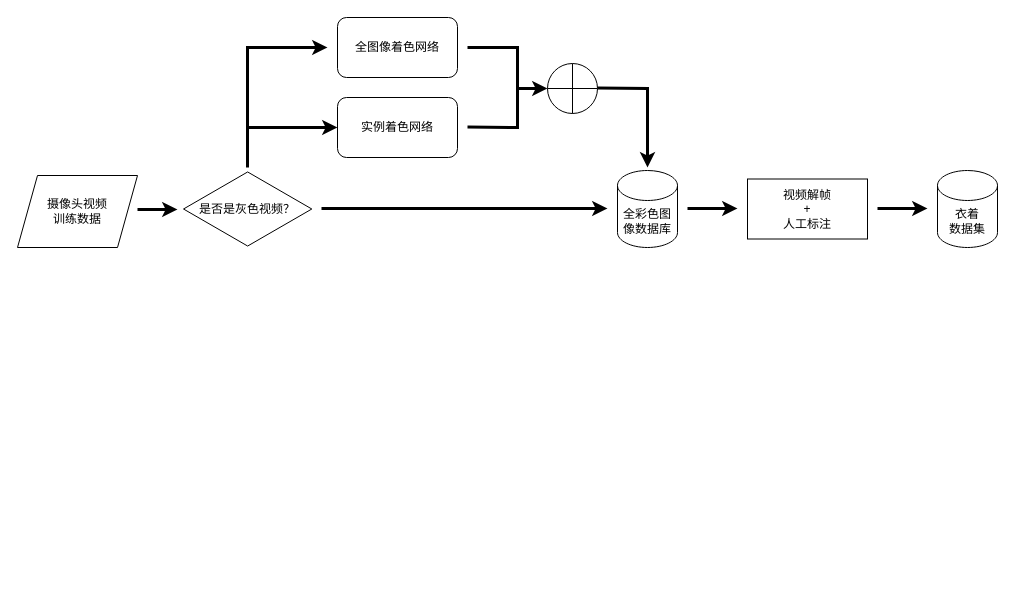
The draw.io diagram Untitled Diagram.drawio in Zhiying-Li-dot/Capsules, before the edit. Source tidied: cells renumbered, new cells numbered last; positions are measured from the earlier drawing's top-left corner, leaving out a move shared by most shapes. Both pictures are drawn from the tidied source at 100%, with x=0, y=0 at pixel (17, 17).
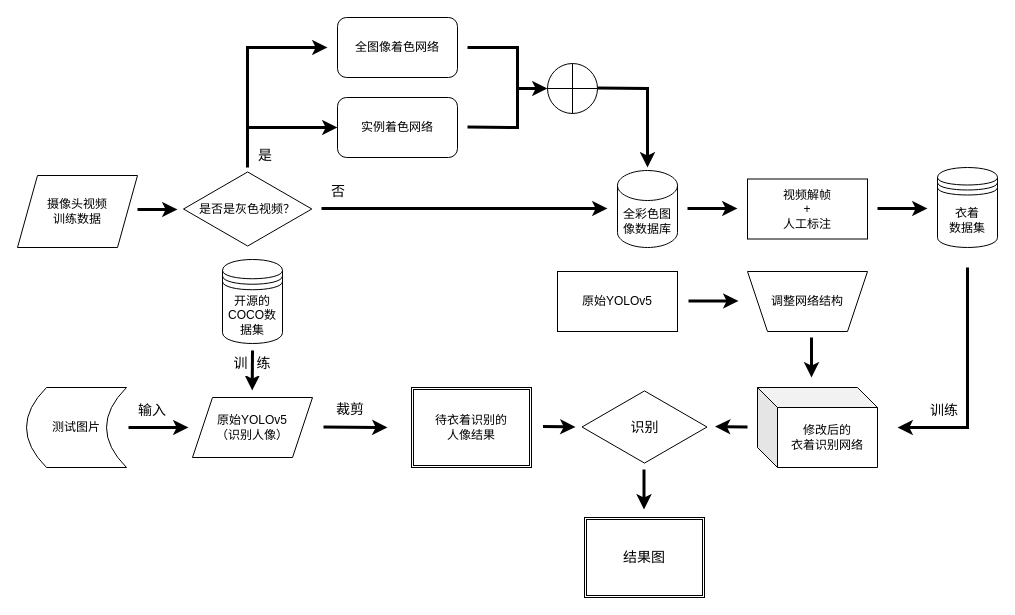
The same diagram, later.

Diff of the diagram source:
```diff
@@
+    <mxCell id="19" style="endArrow=classic;html=1;rounded=0;strokeWidth=3;" parent="1" edge="1">
+      <mxGeometry relative="1" as="geometry">
+        <mxPoint x="950" y="250" as="sourcePoint" />
+        <mxPoint x="880" y="410" as="targetPoint" />
+        <Array as="points">
+          <mxPoint x="950" y="410" />
+        </Array>
+      </mxGeometry>
+    </mxCell>
+    <mxCell id="20" value="原始YOLOv5" style="rounded=0;whiteSpace=wrap;html=1;" parent="1" vertex="1">
+      <mxGeometry x="540" y="254" width="120" height="60" as="geometry" />
+    </mxCell>
+    <mxCell id="21" value="修改后的&lt;br&gt;衣着识别网络" style="shape=cube;whiteSpace=wrap;html=1;boundedLbl=1;backgroundOutline=1;darkOpacity=0.05;darkOpacity2=0.1;" parent="1" vertex="1">
+      <mxGeometry x="740" y="370" width="120" height="80" as="geometry" />
+    </mxCell>
+    <mxCell id="22" value="调整网络结构" style="shape=trapezoid;perimeter=trapezoidPerimeter;whiteSpace=wrap;html=1;fixedSize=1;direction=west;" parent="1" vertex="1">
+      <mxGeometry x="730" y="254" width="120" height="60" as="geometry" />
+    </mxCell>
+    <mxCell id="23" style="endArrow=classic;html=1;rounded=0;strokeWidth=3;" parent="1" edge="1">
+      <mxGeometry relative="1" as="geometry">
+        <mxPoint x="671" y="283.5" as="sourcePoint" />
+        <mxPoint x="721" y="283.5" as="targetPoint" />
+      </mxGeometry>
+    </mxCell>
+    <mxCell id="24" style="endArrow=classic;html=1;rounded=0;strokeWidth=3;" parent="1" edge="1">
+      <mxGeometry relative="1" as="geometry">
+        <mxPoint x="794" y="320" as="sourcePoint" />
+        <mxPoint x="794" y="360" as="targetPoint" />
+      </mxGeometry>
+    </mxCell>
+    <mxCell id="25" value="测试图片" style="shape=dataStorage;whiteSpace=wrap;html=1;fixedSize=1;" parent="1" vertex="1">
+      <mxGeometry x="9" y="370" width="100" height="80" as="geometry" />
+    </mxCell>
+    <mxCell id="26" value="原始YOLOv5&lt;br&gt;（识别人像）" style="shape=parallelogram;perimeter=parallelogramPerimeter;whiteSpace=wrap;html=1;fixedSize=1;" parent="1" vertex="1">
+      <mxGeometry x="175" y="380" width="120" height="60" as="geometry" />
+    </mxCell>
-    <mxCell id="18" value="衣着&lt;br&gt;数据集" style="shape=cylinder3;whiteSpace=wrap;html=1;boundedLbl=1;backgroundOutline=1;size=15;" parent="1" vertex="1">
-      <mxGeometry x="920" y="153" width="60" height="77" as="geometry" />
+    <mxCell id="18" value="衣着&lt;br&gt;数据集" style="shape=datastore;whiteSpace=wrap;html=1;" parent="1" vertex="1">
+      <mxGeometry x="920" y="150" width="60" height="80" as="geometry" />
     </mxCell>
+    <mxCell id="27" value="开源的COCO数据集" style="shape=datastore;whiteSpace=wrap;html=1;" parent="1" vertex="1">
+      <mxGeometry x="205" y="242" width="60" height="84" as="geometry" />
+    </mxCell>
+    <mxCell id="28" style="endArrow=classic;html=1;rounded=0;strokeWidth=3;" parent="1" edge="1">
+      <mxGeometry relative="1" as="geometry">
+        <mxPoint x="235" y="333" as="sourcePoint" />
+        <mxPoint x="234.7" y="373" as="targetPoint" />
+      </mxGeometry>
+    </mxCell>
+    <mxCell id="29" style="endArrow=classic;html=1;rounded=0;strokeWidth=3;" parent="1" edge="1">
+      <mxGeometry relative="1" as="geometry">
+        <mxPoint x="111" y="410" as="sourcePoint" />
+        <mxPoint x="171" y="410" as="targetPoint" />
+      </mxGeometry>
+    </mxCell>
+    <mxCell id="30" value="待衣着识别的&lt;br&gt;人像结果" style="shape=ext;double=1;rounded=0;whiteSpace=wrap;html=1;" parent="1" vertex="1">
+      <mxGeometry x="394" y="370" width="120" height="80" as="geometry" />
+    </mxCell>
+    <mxCell id="31" value="&lt;font style=&quot;font-size: 14px&quot;&gt;是&lt;/font&gt;" style="rounded=0;whiteSpace=wrap;html=1;strokeColor=#FFFFFF;" parent="1" vertex="1">
+      <mxGeometry x="233" y="123" width="30" height="30" as="geometry" />
+    </mxCell>
+    <mxCell id="32" value="&lt;font style=&quot;font-size: 14px&quot;&gt;否&lt;/font&gt;" style="rounded=0;whiteSpace=wrap;html=1;strokeColor=#FFFFFF;" parent="1" vertex="1">
+      <mxGeometry x="306" y="159" width="30" height="30" as="geometry" />
+    </mxCell>
+    <mxCell id="33" value="&lt;font style=&quot;font-size: 14px&quot;&gt;训练&lt;/font&gt;" style="rounded=0;whiteSpace=wrap;html=1;strokeColor=#FFFFFF;" parent="1" vertex="1">
+      <mxGeometry x="907" y="378" width="40" height="30" as="geometry" />
+    </mxCell>
+    <mxCell id="34" style="endArrow=classic;html=1;rounded=0;strokeWidth=3;" parent="1" edge="1">
+      <mxGeometry relative="1" as="geometry">
+        <mxPoint x="306" y="409.5" as="sourcePoint" />
+        <mxPoint x="370" y="410" as="targetPoint" />
+      </mxGeometry>
+    </mxCell>
+    <mxCell id="35" value="&lt;font style=&quot;font-size: 14px&quot;&gt;输入&lt;/font&gt;" style="rounded=0;whiteSpace=wrap;html=1;strokeColor=#FFFFFF;" parent="1" vertex="1">
+      <mxGeometry x="115" y="378" width="40" height="30" as="geometry" />
+    </mxCell>
+    <mxCell id="36" value="&lt;span style=&quot;font-size: 14px&quot;&gt;裁剪&lt;/span&gt;" style="rounded=0;whiteSpace=wrap;html=1;strokeColor=#FFFFFF;" parent="1" vertex="1">
+      <mxGeometry x="313" y="377" width="40" height="30" as="geometry" />
+    </mxCell>
+    <mxCell id="37" value="&lt;span style=&quot;font-size: 14px&quot;&gt;训&lt;/span&gt;" style="rounded=0;whiteSpace=wrap;html=1;strokeColor=#FFFFFF;" parent="1" vertex="1">
+      <mxGeometry x="215" y="334" width="17" height="24" as="geometry" />
+    </mxCell>
+    <mxCell id="38" value="&lt;span style=&quot;font-size: 14px&quot;&gt;练&lt;/span&gt;" style="rounded=0;whiteSpace=wrap;html=1;strokeColor=#FFFFFF;" parent="1" vertex="1">
+      <mxGeometry x="238" y="334" width="17" height="24" as="geometry" />
+    </mxCell>
+    <mxCell id="39" value="识别" style="html=1;whiteSpace=wrap;shape=isoRectangle;fontSize=14;strokeColor=#000000;" parent="1" vertex="1">
+      <mxGeometry x="564.5" y="372" width="125" height="75" as="geometry" />
+    </mxCell>
+    <mxCell id="40" style="endArrow=classic;html=1;rounded=0;strokeWidth=3;" parent="1" edge="1">
+      <mxGeometry relative="1" as="geometry">
+        <mxPoint x="525.5" y="409" as="sourcePoint" />
+        <mxPoint x="558" y="409.5" as="targetPoint" />
+      </mxGeometry>
+    </mxCell>
+    <mxCell id="41" style="endArrow=none;html=1;rounded=0;strokeWidth=3;endFill=0;startArrow=classic;startFill=1;" parent="1" edge="1">
+      <mxGeometry relative="1" as="geometry">
+        <mxPoint x="697.5" y="409" as="sourcePoint" />
+        <mxPoint x="730" y="409.5" as="targetPoint" />
+      </mxGeometry>
+    </mxCell>
+    <mxCell id="42" value="结果图" style="shape=ext;double=1;rounded=0;whiteSpace=wrap;html=1;fontSize=14;strokeColor=#000000;" parent="1" vertex="1">
+      <mxGeometry x="567" y="500" width="120" height="80" as="geometry" />
+    </mxCell>
+    <mxCell id="43" style="endArrow=classic;html=1;rounded=0;strokeWidth=3;" parent="1" edge="1">
+      <mxGeometry relative="1" as="geometry">
+        <mxPoint x="626.5" y="452" as="sourcePoint" />
+        <mxPoint x="626.5" y="492" as="targetPoint" />
+      </mxGeometry>
+    </mxCell>
```
